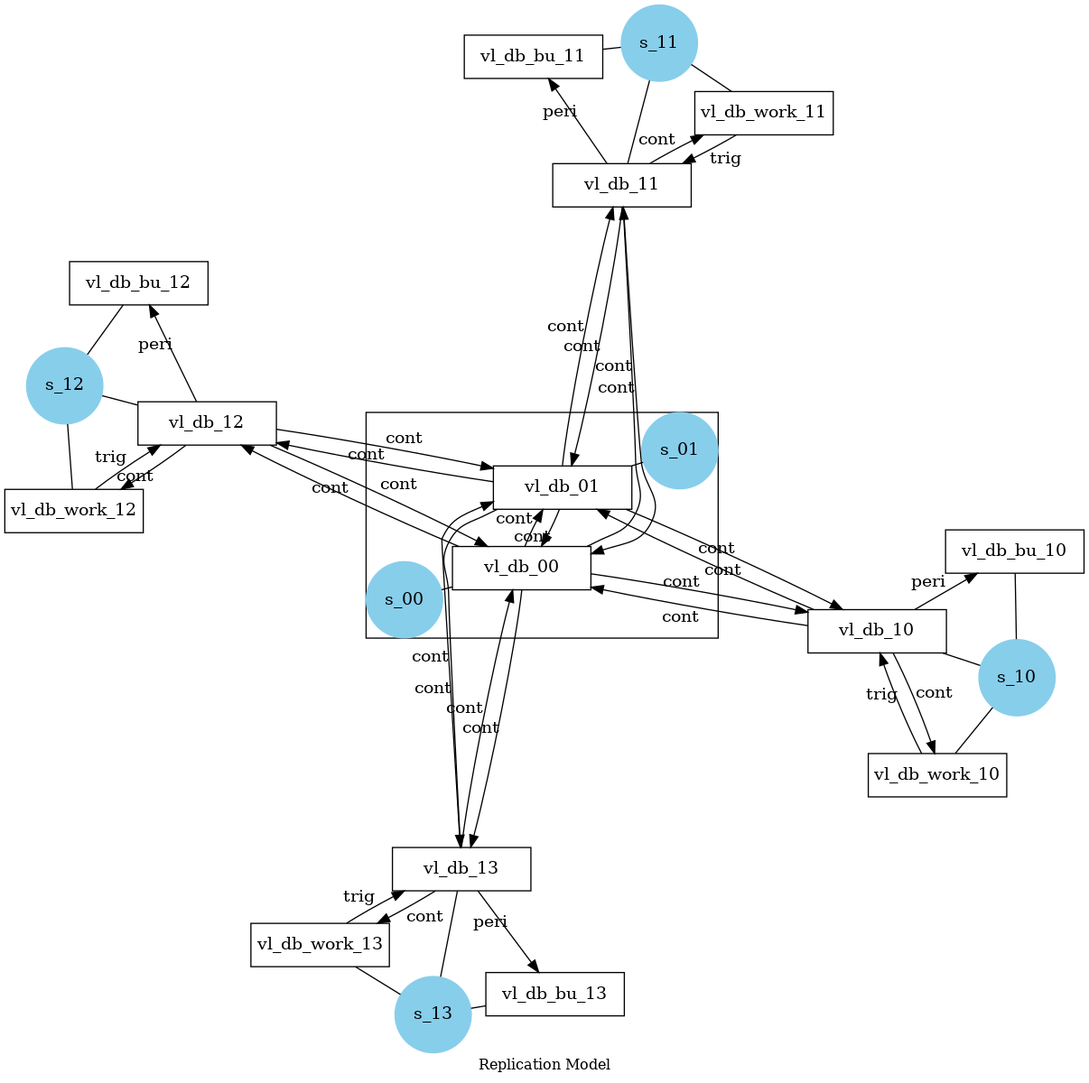
Earlier version of the Graphviz export model.png (wactbprot/replhub). Its source is kept beside it as model.dot.
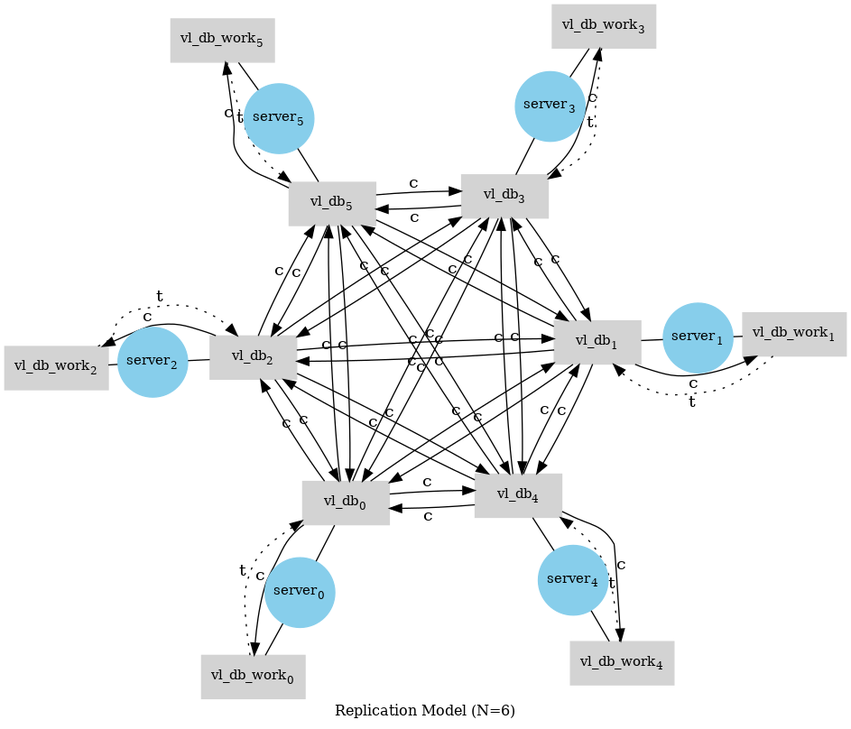
Later version of the same file.

Commit message:
better/simpler replication model

What changed in the source:
```diff
@@ -1,78 +1,105 @@
 digraph G {
 splines=true;
 
-subgraph cluster_0 {
-	{
-		node [shape=circle, style=filled, color=skyblue] s_00 s_01
-	}
+node [fontsize=11, shape=box, fixedsize=true, width=1, style=filled, color=lightgray];
+vl_db_0[label=<vl_db<SUB>0</SUB>>];
+vl_db_1[label=<vl_db<SUB>1</SUB>>];
+vl_db_2[label=<vl_db<SUB>2</SUB>>];
+vl_db_3[label=<vl_db<SUB>3</SUB>>];
+vl_db_4[label=<vl_db<SUB>4</SUB>>];
+vl_db_5[label=<vl_db<SUB>5</SUB>>];
 
-	node [shape=box, fixedsize=true, width=1.6]; vl_db_00; vl_db_01;
+node [shape=box, fixedsize=true, width=1.2, style=filled, color=lightgray];
+vl_db_work_0[label=<vl_db_work<SUB>0</SUB>>];
+vl_db_work_1[label=<vl_db_work<SUB>1</SUB>>];
+vl_db_work_2[label=<vl_db_work<SUB>2</SUB>>];
+vl_db_work_3[label=<vl_db_work<SUB>3</SUB>>];
+vl_db_work_4[label=<vl_db_work<SUB>4</SUB>>];
+vl_db_work_5[label=<vl_db_work<SUB>5</SUB>>];
 
-	s_00 -> vl_db_00 [dir=none, weight=1];
-	s_01 -> vl_db_01 [dir=none, weight=1];
+node [shape=circle, style=filled, color=skyblue, width=0.8]
+s_0[label=<server<SUB>0</SUB>>];
+s_1[label=<server<SUB>1</SUB>>];
+s_2[label=<server<SUB>2</SUB>>];
+s_3[label=<server<SUB>3</SUB>>];
+s_4[label=<server<SUB>4</SUB>>];
+s_5[label=<server<SUB>5</SUB>>];
 
-	vl_db_00 -> vl_db_01[label="cont", len=1.5];
-	vl_db_01 -> vl_db_00[label="cont", len=1.5];
-}
-
-{
-	node [shape=circle, style=filled, color=skyblue] s_10 s_11; s_12 s_13
-}
-
-node [shape=box, fixedsize=true, width=1.6];
-vl_db_work_10; vl_db_work_11; vl_db_work_12; vl_db_work_13;
-vl_db_10; vl_db_11; vl_db_12; vl_db_13;
-vl_db_bu_10; vl_db_bu_11; vl_db_bu_12; vl_db_bu_13;
-
-s_10 -> vl_db_10 [dir=none, weight=1];
-s_11 -> vl_db_11 [dir=none, weight=1];
-s_12 -> vl_db_12 [dir=none, weight=1];
-s_13 -> vl_db_13 [dir=none, weight=1];
-
-vl_db_00 -> vl_db_10[len=2, label="cont"];
-vl_db_01 -> vl_db_10[len=2, label="cont"];
-vl_db_00 -> vl_db_11[len=2, label="cont"];
-vl_db_01 -> vl_db_11[len=2, label="cont"];
-vl_db_00 -> vl_db_12[len=2, label="cont"];
-vl_db_01 -> vl_db_12[len=2, label="cont"];
-vl_db_00 -> vl_db_13[len=2, label="cont"];
-vl_db_01 -> vl_db_13[len=2, label="cont"];
-
-vl_db_10 -> vl_db_00[label="cont"];
-vl_db_10 -> vl_db_01[label="cont"];
-vl_db_11 -> vl_db_00[label="cont"];
-vl_db_11 -> vl_db_01[label="cont"];
-vl_db_12 -> vl_db_00[label="cont"];
-vl_db_12 -> vl_db_01[label="cont"];
-vl_db_13 -> vl_db_00[label="cont"];
-vl_db_13 -> vl_db_01[label="cont"];
-
-s_10 -> vl_db_work_10 [dir=none, weight=1];
-s_11 -> vl_db_work_11 [dir=none, weight=1];
-s_12 -> vl_db_work_12 [dir=none, weight=1];
-s_13 -> vl_db_work_13 [dir=none, weight=1];
-s_10 -> vl_db_bu_10 [dir=none, weight=1];
-s_11 -> vl_db_bu_11 [dir=none, weight=1];
-s_12 -> vl_db_bu_12 [dir=none, weight=1];
-s_13 -> vl_db_bu_13 [dir=none, weight=1];
-
-vl_db_10 -> vl_db_work_10[label="cont"];
-vl_db_11 -> vl_db_work_11[label="cont"];
-vl_db_12 -> vl_db_work_12[label="cont"];
-vl_db_13 -> vl_db_work_13[label="cont"];
+vl_db_0 -> vl_db_work_0[len=2, label="c"];
+vl_db_1 -> vl_db_work_1[len=2, label="c"];
+vl_db_2 -> vl_db_work_2[len=2, label="c"];
+vl_db_3 -> vl_db_work_3[len=2, label="c"];
+vl_db_4 -> vl_db_work_4[len=2, label="c"];
+vl_db_5 -> vl_db_work_5[len=2, label="c"];
 
 
-vl_db_work_10 -> vl_db_10[label="trig"];
-vl_db_work_11 -> vl_db_11[label="trig"];
-vl_db_work_12 -> vl_db_12[label="trig"];
-vl_db_work_13 -> vl_db_13[label="trig"];
+vl_db_work_0 -> vl_db_0[len=2, label="t", style=dotted];
+vl_db_work_1 -> vl_db_1[len=2, label="t", style=dotted];
+vl_db_work_2 -> vl_db_2[len=2, label="t", style=dotted];
+vl_db_work_3 -> vl_db_3[len=2, label="t", style=dotted];
+vl_db_work_4 -> vl_db_4[len=2, label="t", style=dotted];
+vl_db_work_5 -> vl_db_5[len=2, label="t", style=dotted];
 
-vl_db_10 -> vl_db_bu_10[label="peri"];
-vl_db_11 -> vl_db_bu_11[label="peri"];
-vl_db_12 -> vl_db_bu_12[label="peri"];
-vl_db_13 -> vl_db_bu_13[label="peri"];
+
+vl_db_0 -> vl_db_1[len=3, label="c"];
+vl_db_0 -> vl_db_2[len=3, label="c"];
+vl_db_0 -> vl_db_3[len=3, label="c"];
+vl_db_0 -> vl_db_4[len=3, label="c"];
+vl_db_0 -> vl_db_5[len=3, label="c"];
+
+vl_db_1 -> vl_db_0[len=3, label="c"];
+vl_db_1 -> vl_db_2[len=3, label="c"];
+vl_db_1 -> vl_db_3[len=3, label="c"];
+vl_db_1 -> vl_db_4[len=3, label="c"];
+vl_db_1 -> vl_db_5[len=3, label="c"];
+
+
+vl_db_2 -> vl_db_0[len=3, label="c"];
+vl_db_2 -> vl_db_1[len=3, label="c"];
+vl_db_2 -> vl_db_3[len=3, label="c"];
+vl_db_2 -> vl_db_4[len=3, label="c"];
+vl_db_2 -> vl_db_5[len=3, label="c"];
+
+
+vl_db_3 -> vl_db_0[len=3, label="c"];
+vl_db_3 -> vl_db_1[len=3, label="c"];
+vl_db_3 -> vl_db_2[len=3, label="c"];
+vl_db_3 -> vl_db_4[len=3, label="c"];
+vl_db_3 -> vl_db_5[len=3, label="c"];
+
+vl_db_4 -> vl_db_0[len=3, label="c"];
+vl_db_4 -> vl_db_1[len=3, label="c"];
+vl_db_4 -> vl_db_2[len=3, label="c"];
+vl_db_4 -> vl_db_3[len=3, label="c"];
+vl_db_4 -> vl_db_5[len=3, label="c"];
+
+
+vl_db_5 -> vl_db_0[len=3, label="c"];
+vl_db_5 -> vl_db_1[len=3, label="c"];
+vl_db_5 -> vl_db_2[len=3, label="c"];
+vl_db_5 -> vl_db_3[len=3, label="c"];
+vl_db_5 -> vl_db_4[len=3, label="c"];
+
+
+s_0 -> vl_db_0 [dir=none];
+s_0 -> vl_db_work_0 [dir=none];
+
+s_1 -> vl_db_1 [dir=none];
+s_1 -> vl_db_work_1 [dir=none];
+
+s_2 -> vl_db_2 [dir=none];
+s_2 -> vl_db_work_2 [dir=none];
+
+s_3 -> vl_db_3 [dir=none];
+s_3 -> vl_db_work_3 [dir=none];
+
+s_4 -> vl_db_4 [dir=none];
+s_4 -> vl_db_work_4 [dir=none];
+
+s_5 -> vl_db_5 [dir=none];
+s_5 -> vl_db_work_5 [dir=none];
 
 overlap=false
-label="Replication Model"
+label="Replication Model (N=6)"
 fontsize=12;
 }
```
